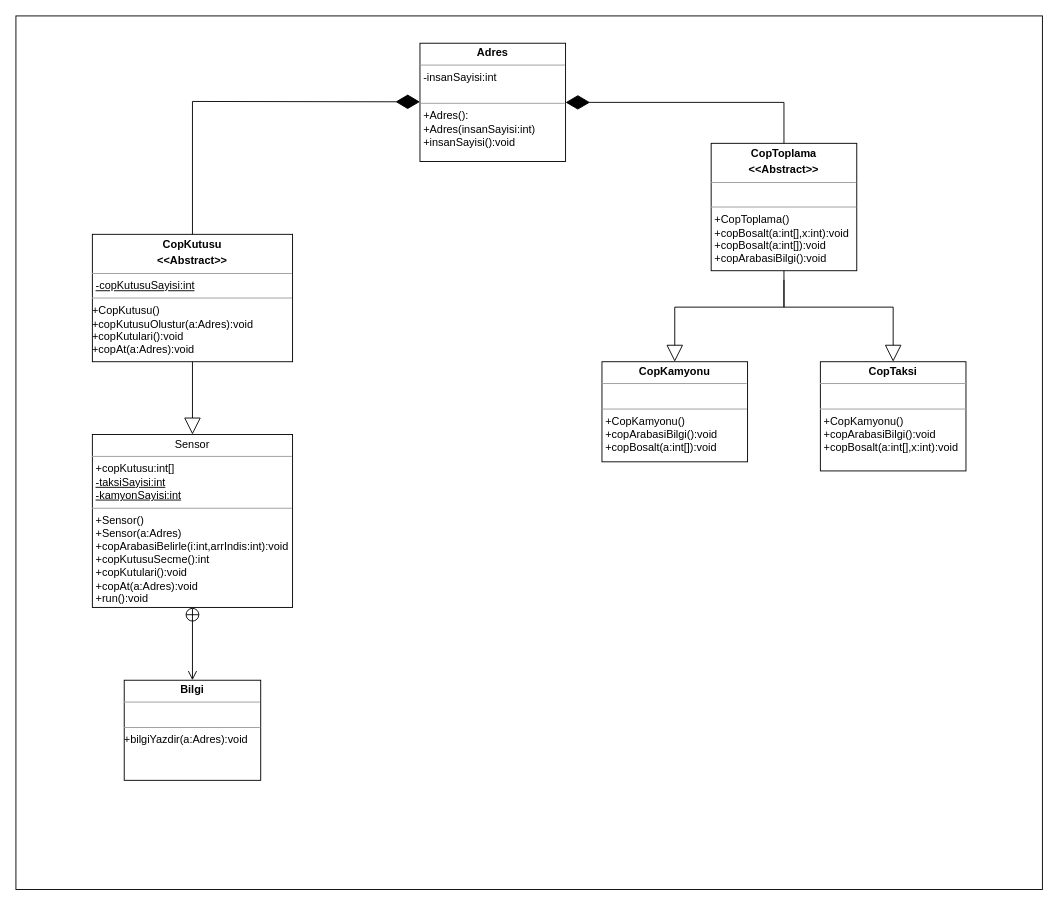
Earlier version of the draw.io diagram UML/JavaProje.drawio (ismetcanbyk/Java_Okul_Projesi). Source tidied: cells renumbered, new cells numbered last; positions are measured from the earlier drawing's top-left corner, leaving out a move shared by most shapes. Both pictures are drawn from the tidied source at 91%, with x=0, y=0 at pixel (15, 15).
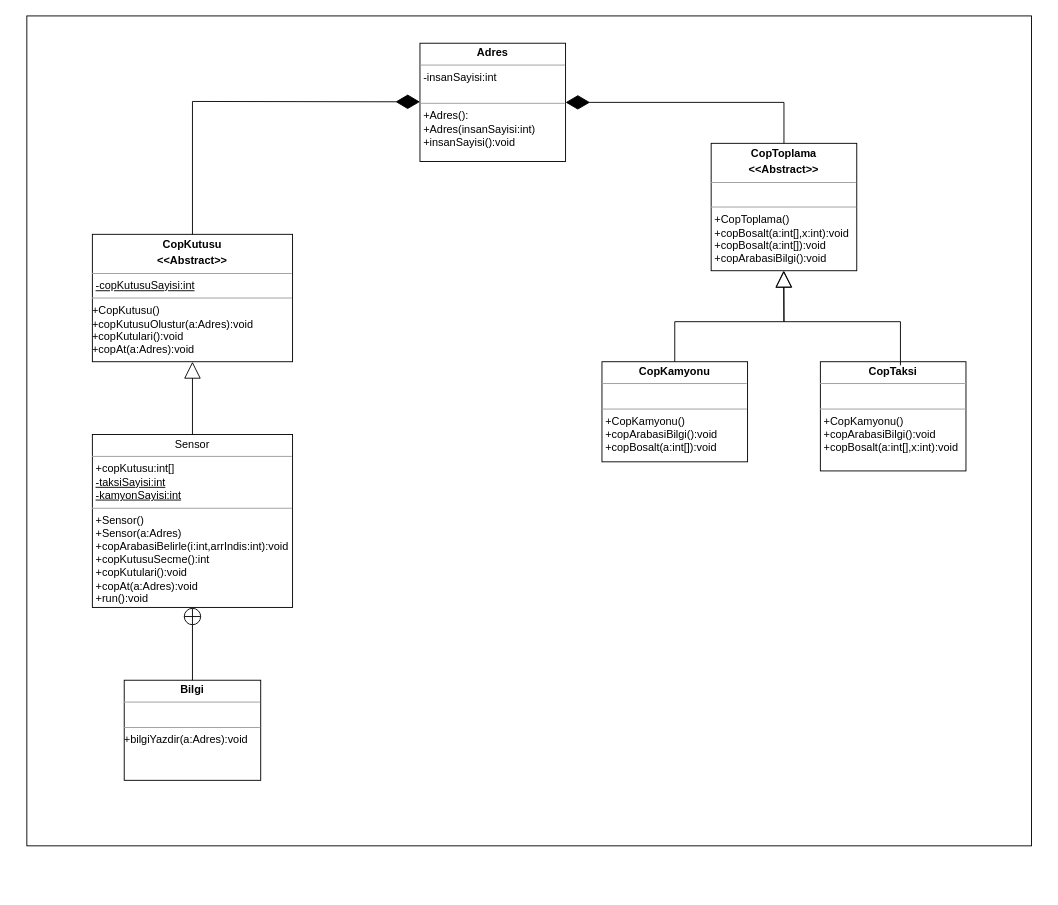
After the change.

Commit message (it also covers changes not shown here):
UML diyagram düzenlendi

The change refers to these unchanged cells:
```xml
<mxCell id="2" value="&lt;p style=&quot;margin:0px;margin-top:4px;text-align:center;&quot;&gt;Sensor&lt;br&gt;&lt;/p&gt;&lt;hr size=&quot;1&quot;&gt;&lt;p style=&quot;margin:0px;margin-left:4px;&quot;&gt;+copKutusu:int[]&lt;/p&gt;&lt;p style=&quot;margin:0px;margin-left:4px;&quot;&gt;&lt;u&gt;-taksiSayisi:int&lt;/u&gt;&lt;/p&gt;&lt;p style=&quot;margin:0px;margin-left:4px;&quot;&gt;&lt;u&gt;-kamyonSayisi:int&lt;/u&gt;&lt;br&gt;&lt;/p&gt;&lt;hr size=&quot;1&quot;&gt;&lt;p style=&quot;margin:0px;margin-left:4px;&quot;&gt;+Sensor()&lt;/p&gt;&lt;p style=&quot;margin:0px;margin-left:4px;&quot;&gt;+Sensor(a:Adres)&lt;br&gt;&lt;/p&gt;&lt;p style=&quot;margin:0px;margin-left:4px;&quot;&gt;+copArabasiBelirle(i:int,arrIndis:int):void&lt;/p&gt;&lt;p style=&quot;margin:0px;margin-left:4px;&quot;&gt;+copKutusuSecme():int&lt;/p&gt;&lt;p style=&quot;margin:0px;margin-left:4px;&quot;&gt;+copKutulari():void&lt;/p&gt;&lt;p style=&quot;margin:0px;margin-left:4px;&quot;&gt;+copAt(a:Adres):void&lt;/p&gt;&lt;p style=&quot;margin:0px;margin-left:4px;&quot;&gt;+run():void&lt;/p&gt;" style="verticalAlign=top;align=left;overflow=fill;fontSize=12;fontFamily=Helvetica;html=1;" parent="1" vertex="1">
  <mxGeometry x="84" y="460" width="220" height="190" as="geometry" />
</mxCell>
<mxCell id="4" value="&lt;p style=&quot;margin:0px;margin-top:4px;text-align:center;&quot;&gt;&lt;b&gt;CopKutusu&lt;/b&gt;&lt;/p&gt;&lt;p style=&quot;margin:0px;margin-top:4px;text-align:center;&quot;&gt;&lt;b&gt;&amp;lt;&amp;lt;Abstract&amp;gt;&amp;gt;&lt;/b&gt;&lt;/p&gt;&lt;hr size=&quot;1&quot;&gt;&lt;p style=&quot;margin:0px;margin-left:4px;&quot;&gt;&lt;u&gt;-copKutusuSayisi:int&lt;/u&gt;&lt;br&gt;&lt;/p&gt;&lt;hr size=&quot;1&quot;&gt;&lt;div&gt;+CopKutusu()&lt;br&gt;&lt;/div&gt;&lt;div&gt;+copKutusuOlustur(a:Adres):void&lt;/div&gt;&lt;div&gt;+copKutulari():void&lt;/div&gt;&lt;div&gt;+copAt(a:Adres):void&lt;/div&gt;" style="verticalAlign=top;align=left;overflow=fill;fontSize=12;fontFamily=Helvetica;html=1;" parent="1" vertex="1">
  <mxGeometry x="84" y="240" width="220" height="140" as="geometry" />
</mxCell>
<mxCell id="5" value="&lt;p style=&quot;margin:0px;margin-top:4px;text-align:center;&quot;&gt;&lt;b&gt;CopTaksi&lt;/b&gt;&lt;br&gt;&lt;/p&gt;&lt;hr size=&quot;1&quot;&gt;&lt;p style=&quot;margin:0px;margin-left:4px;&quot;&gt;&lt;br&gt;&lt;/p&gt;&lt;hr size=&quot;1&quot;&gt;&lt;p style=&quot;margin:0px;margin-left:4px;&quot;&gt;+CopKamyonu()&lt;/p&gt;&lt;p style=&quot;margin:0px;margin-left:4px;&quot;&gt;+copArabasiBilgi():void&lt;br&gt;&lt;/p&gt;&lt;p style=&quot;margin:0px;margin-left:4px;&quot;&gt;+copBosalt(a:int[],x:int):void&lt;/p&gt;" style="verticalAlign=top;align=left;overflow=fill;fontSize=12;fontFamily=Helvetica;html=1;" parent="1" vertex="1">
  <mxGeometry x="884" y="380" width="160" height="120" as="geometry" />
</mxCell>
<mxCell id="6" value="&lt;p style=&quot;margin:0px;margin-top:4px;text-align:center;&quot;&gt;&lt;b&gt;CopToplama&lt;/b&gt;&lt;/p&gt;&lt;p style=&quot;margin:0px;margin-top:4px;text-align:center;&quot;&gt;&lt;b&gt;&amp;lt;&amp;lt;Abstract&amp;gt;&amp;gt;&lt;/b&gt;&lt;/p&gt;&lt;hr size=&quot;1&quot;&gt;&lt;p style=&quot;margin:0px;margin-left:4px;&quot;&gt;&lt;br&gt;&lt;/p&gt;&lt;hr size=&quot;1&quot;&gt;&lt;p style=&quot;margin:0px;margin-left:4px;&quot;&gt;+CopToplama()&lt;/p&gt;&lt;p style=&quot;margin:0px;margin-left:4px;&quot;&gt;+copBosalt(a:int[],x:int):void&lt;/p&gt;&lt;p style=&quot;margin:0px;margin-left:4px;&quot;&gt;+copBosalt(a:int[]):void&lt;/p&gt;&lt;p style=&quot;margin:0px;margin-left:4px;&quot;&gt;+copArabasiBilgi():void&lt;br&gt;&lt;/p&gt;" style="verticalAlign=top;align=left;overflow=fill;fontSize=12;fontFamily=Helvetica;html=1;" parent="1" vertex="1">
  <mxGeometry x="764" y="140" width="160" height="140" as="geometry" />
</mxCell>
<mxCell id="7" value="&lt;p style=&quot;margin:0px;margin-top:4px;text-align:center;&quot;&gt;&lt;b&gt;CopKamyonu&lt;/b&gt;&lt;br&gt;&lt;/p&gt;&lt;hr size=&quot;1&quot;&gt;&lt;p style=&quot;margin:0px;margin-left:4px;&quot;&gt;&lt;br&gt;&lt;/p&gt;&lt;hr size=&quot;1&quot;&gt;&lt;p style=&quot;margin:0px;margin-left:4px;&quot;&gt;+CopKamyonu()&lt;/p&gt;&lt;p style=&quot;margin:0px;margin-left:4px;&quot;&gt;+copArabasiBilgi():void&lt;br&gt;&lt;/p&gt;&lt;p style=&quot;margin:0px;margin-left:4px;&quot;&gt;+copBosalt(a:int[]):void&lt;/p&gt;" style="verticalAlign=top;align=left;overflow=fill;fontSize=12;fontFamily=Helvetica;html=1;" parent="1" vertex="1">
  <mxGeometry x="644" y="380" width="160" height="110" as="geometry" />
</mxCell>
<mxCell id="12" value="&lt;p style=&quot;margin:0px;margin-top:4px;text-align:center;&quot;&gt;&lt;b&gt;Bilgi&lt;/b&gt;&lt;br&gt;&lt;/p&gt;&lt;hr size=&quot;1&quot;&gt;&lt;p style=&quot;margin:0px;margin-left:4px;&quot;&gt;&lt;br&gt;&lt;/p&gt;&lt;hr size=&quot;1&quot;&gt;+bilgiYazdir(a:Adres):void" style="verticalAlign=top;align=left;overflow=fill;fontSize=12;fontFamily=Helvetica;html=1;" parent="1" vertex="1">
  <mxGeometry x="119" y="730" width="150" height="110" as="geometry" />
</mxCell>
```

Diff of the diagram source:
```diff
@@
-    <mxCell id="8" style="endArrow=block;endSize=16;endFill=0;html=1;rounded=0;exitX=0.5;exitY=1;exitDx=0;exitDy=0;entryX=0.5;entryY=0;entryDx=0;entryDy=0;" parent="1" edge="1" source="4" target="2">
-      <mxGeometry x="1" y="186" relative="1" as="geometry">
-        <mxPoint x="110" y="36" as="offset" />
-      </mxGeometry>
-    </mxCell>
-    <mxCell id="9" style="endArrow=block;endSize=16;endFill=0;html=1;rounded=0;exitX=0.5;exitY=1;exitDx=0;exitDy=0;entryX=0.5;entryY=0;entryDx=0;entryDy=0;" parent="1" edge="1" source="6" target="7">
-      <mxGeometry x="1" y="186" relative="1" as="geometry">
-        <Array as="points">
-          <mxPoint x="844" y="320" />
-          <mxPoint x="724" y="320" />
-        </Array>
-        <mxPoint x="110" y="36" as="offset" />
-      </mxGeometry>
-    </mxCell>
-    <mxCell id="10" style="endArrow=block;endSize=16;endFill=0;html=1;rounded=0;entryX=0.5;entryY=0;entryDx=0;entryDy=0;" parent="1" edge="1" target="5">
-      <mxGeometry x="1" y="186" relative="1" as="geometry">
-        <mxPoint x="844" y="290" as="sourcePoint" />
-        <Array as="points">
-          <mxPoint x="844" y="320" />
-          <mxPoint x="964" y="320" />
-        </Array>
-        <mxPoint x="110" y="36" as="offset" />
-      </mxGeometry>
-    </mxCell>
-    <mxCell id="11" style="endArrow=open;startArrow=circlePlus;endFill=0;startFill=0;endSize=8;html=1;rounded=0;exitX=0.5;exitY=1;exitDx=0;exitDy=0;entryX=0.5;entryY=0;entryDx=0;entryDy=0;" parent="1" edge="1" source="2" target="12">
-      <mxGeometry relative="1" as="geometry" />
-    </mxCell>
@@
-    <mxCell id="15" style="rounded=0;whiteSpace=wrap;html=1;fillColor=none;" parent="1" vertex="1">
-      <mxGeometry width="1128" height="960" as="geometry" />
-    </mxCell>
+    <mxCell id="16" style="endArrow=block;endSize=16;endFill=0;html=1;rounded=0;entryX=0.5;entryY=1;entryDx=0;entryDy=0;exitX=0.5;exitY=0;exitDx=0;exitDy=0;" parent="1" edge="1" source="2" target="4">
+      <mxGeometry x="-0.37" y="-190" relative="1" as="geometry" />
+    </mxCell>
+    <mxCell id="17" style="endArrow=block;endSize=16;endFill=0;html=1;rounded=0;entryX=0.5;entryY=1;entryDx=0;entryDy=0;exitX=0.5;exitY=0;exitDx=0;exitDy=0;" parent="1" edge="1" source="7" target="6">
+      <mxGeometry x="-0.37" y="-190" relative="1" as="geometry">
+        <Array as="points">
+          <mxPoint x="724" y="336" />
+          <mxPoint x="844" y="336" />
+        </Array>
+      </mxGeometry>
+    </mxCell>
+    <mxCell id="18" style="endArrow=block;endSize=16;endFill=0;html=1;rounded=0;entryX=0.5;entryY=1;entryDx=0;entryDy=0;exitX=0.55;exitY=0.033;exitDx=0;exitDy=0;exitPerimeter=0;" parent="1" edge="1" source="5">
+      <mxGeometry x="-0.37" y="-190" relative="1" as="geometry">
+        <mxPoint x="843.5" y="280" as="targetPoint" />
+        <Array as="points">
+          <mxPoint x="972" y="336" />
+          <mxPoint x="844" y="336" />
+        </Array>
+      </mxGeometry>
+    </mxCell>
+    <mxCell id="19" style="endArrow=circlePlus;startArrow=none;endFill=0;startFill=0;endSize=8;html=1;labelBackgroundColor=none;rounded=0;entryX=0.5;entryY=1;entryDx=0;entryDy=0;exitX=0.5;exitY=0;exitDx=0;exitDy=0;" parent="1" edge="1" source="12" target="2">
+      <mxGeometry relative="1" as="geometry" />
+    </mxCell>
+    <mxCell id="20" style="rounded=0;whiteSpace=wrap;html=1;fillColor=none;" parent="1" vertex="1">
+      <mxGeometry x="12" width="1104" height="912" as="geometry" />
+    </mxCell>
```
